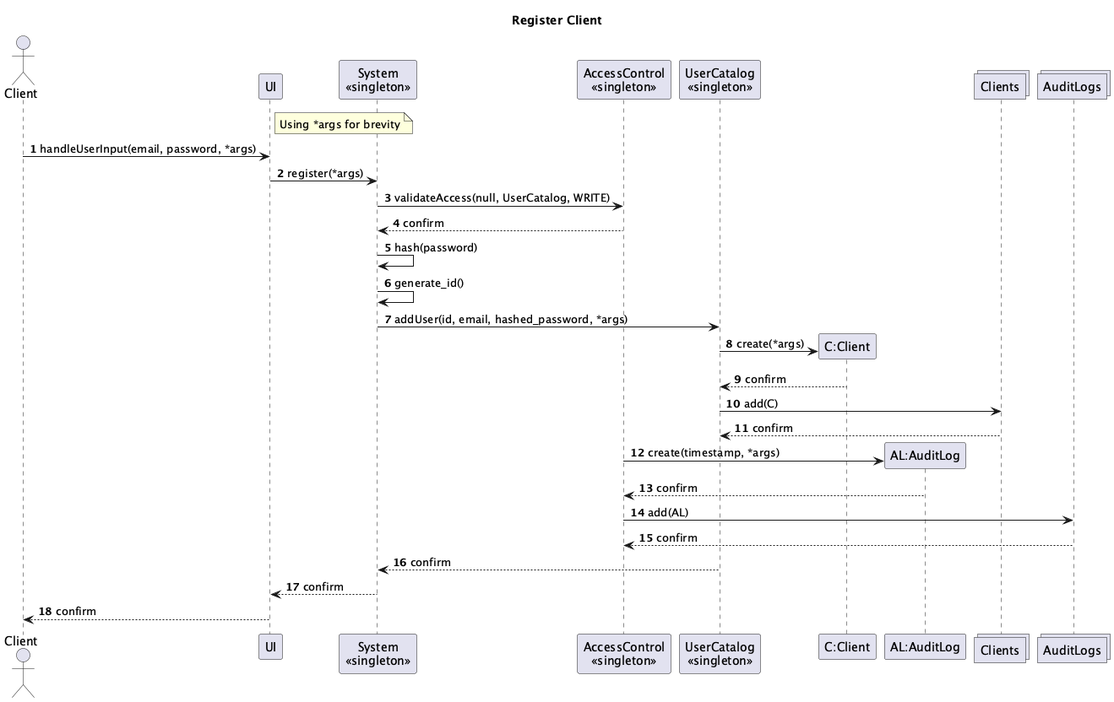
Earlier version of the PlantUML export System-Diagrams/UML Interaction/Client/Client-Interactions.png (vibqetowi/soen-342-project).
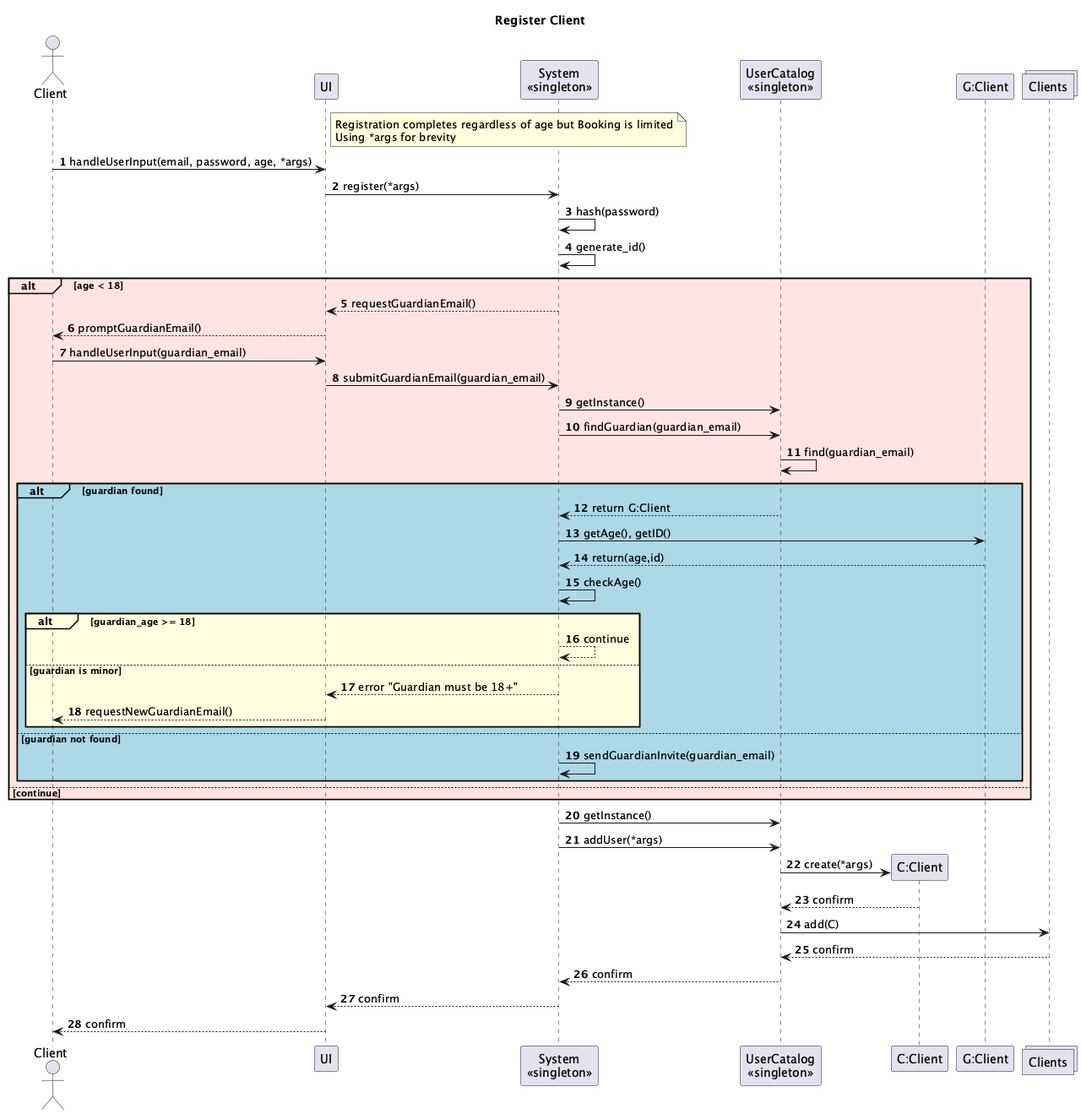
Later version of the same file.

Diff of the diagram source:
```diff
@@ -2,41 +2,61 @@
 actor Client
 participant UI
 participant "System\n<<singleton>>" as System
-participant "AccessControl\n<<singleton>>" as AccessControl
 participant "UserCatalog\n<<singleton>>" as UserCatalog
 participant "C:Client" as User
-participant "AL:AuditLog" as AuditLog
+participant "G:Client" as Guardian
 collections Clients
-collections AuditLogs
 
 title Register Client
 
 note right of UI
+Registration completes regardless of age but Booking is limited
 Using *args for brevity
 end note
 
 autonumber
 
-Client -> UI: handleUserInput(email, password, *args)
+Client -> UI: handleUserInput(email, password, age, *args)
 UI -> System: register(*args)
-
-System -> AccessControl: validateAccess(null, UserCatalog, WRITE)
-AccessControl --> System: confirm
 
 System -> System: hash(password)
 System -> System: generate_id()
 
-System -> UserCatalog: addUser(id, email, hashed_password, *args)
-UserCatalog -> User ** : create(*args)
+alt#mistyrose #mistyrose age < 18
+    System --> UI: requestGuardianEmail()
+    UI --> Client: promptGuardianEmail()
+    Client -> UI: handleUserInput(guardian_email)
+    UI -> System: submitGuardianEmail(guardian_email)
 
+    System -> UserCatalog: getInstance()
+    System -> UserCatalog: findGuardian(guardian_email)
+    UserCatalog -> UserCatalog: find(guardian_email)
+
+    alt#lightblue #lightblue guardian found
+        UserCatalog --> System: return G:Client
+        System -> Guardian: getAge(), getID()
+        Guardian --> System: return(age,id)
+        System -> System: checkAge()
+        alt#lightyellow #lightyellow guardian_age >= 18
+            System --> System: continue
+        else guardian is minor
+            System --> UI: error "Guardian must be 18+"
+            UI --> Client: requestNewGuardianEmail()
+        end
+
+    else guardian not found
+        System -> System: sendGuardianInvite(guardian_email)
+    end
+
+else continue
+end
+
+System -> UserCatalog: getInstance()
+System -> UserCatalog: addUser(*args)
+UserCatalog -> User **: create(*args)
 User --> UserCatalog: confirm
 UserCatalog -> Clients: add(C)
 Clients --> UserCatalog: confirm
-
-AccessControl -> AuditLog **: create(timestamp, *args)
-AuditLog --> AccessControl: confirm
-AccessControl -> AuditLogs: add(AL)
-AuditLogs --> AccessControl: confirm
 
 UserCatalog --> System: confirm
 System --> UI: confirm
```
